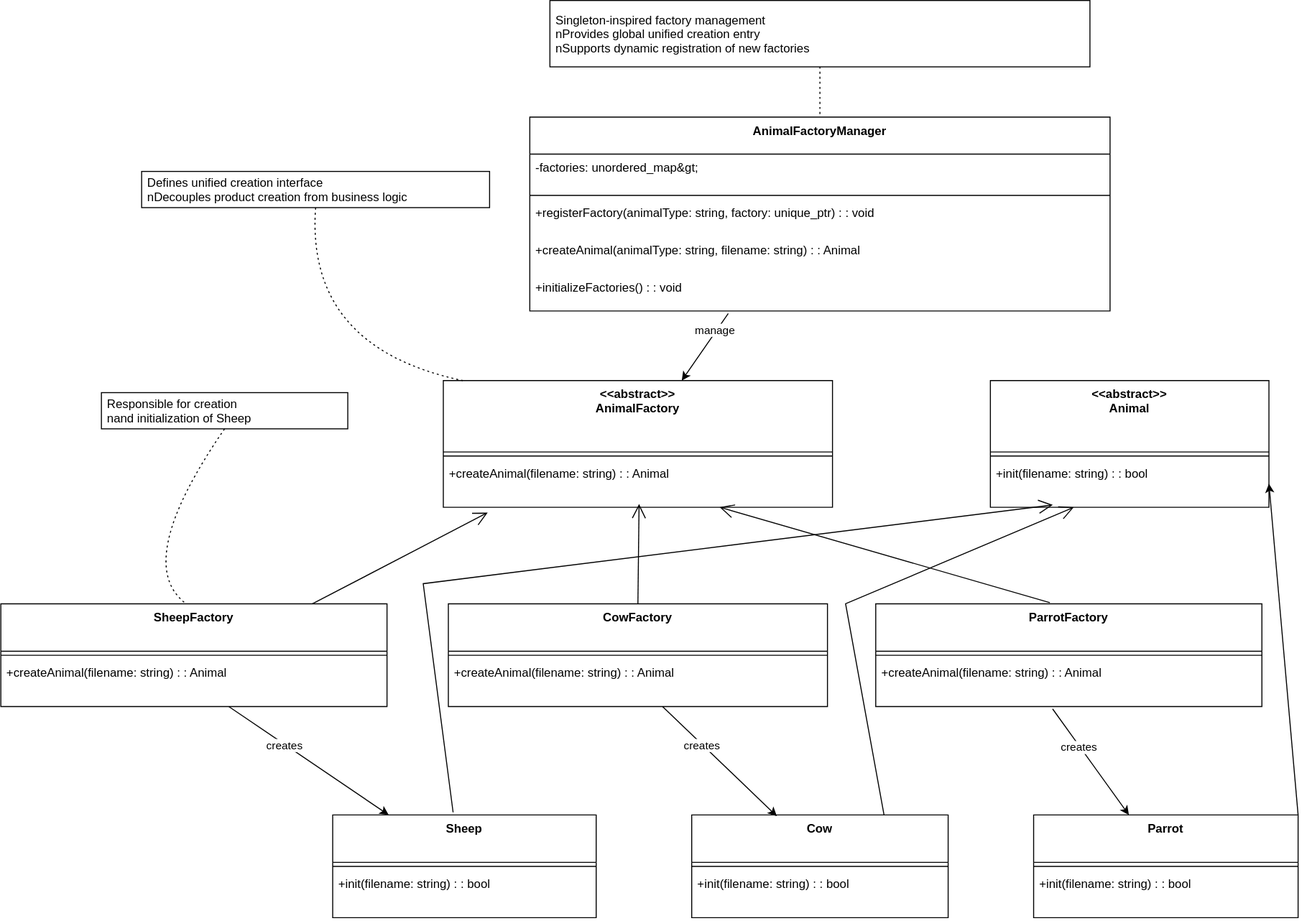
The draw.io diagram 文档/diagram/Factory.svg in Alian-yy/Stardew_Valley_Refactored, before a commit. Source tidied: cells renumbered, new cells last; positions are measured from the earlier drawing's top-left corner, leaving out a move shared by most shapes.
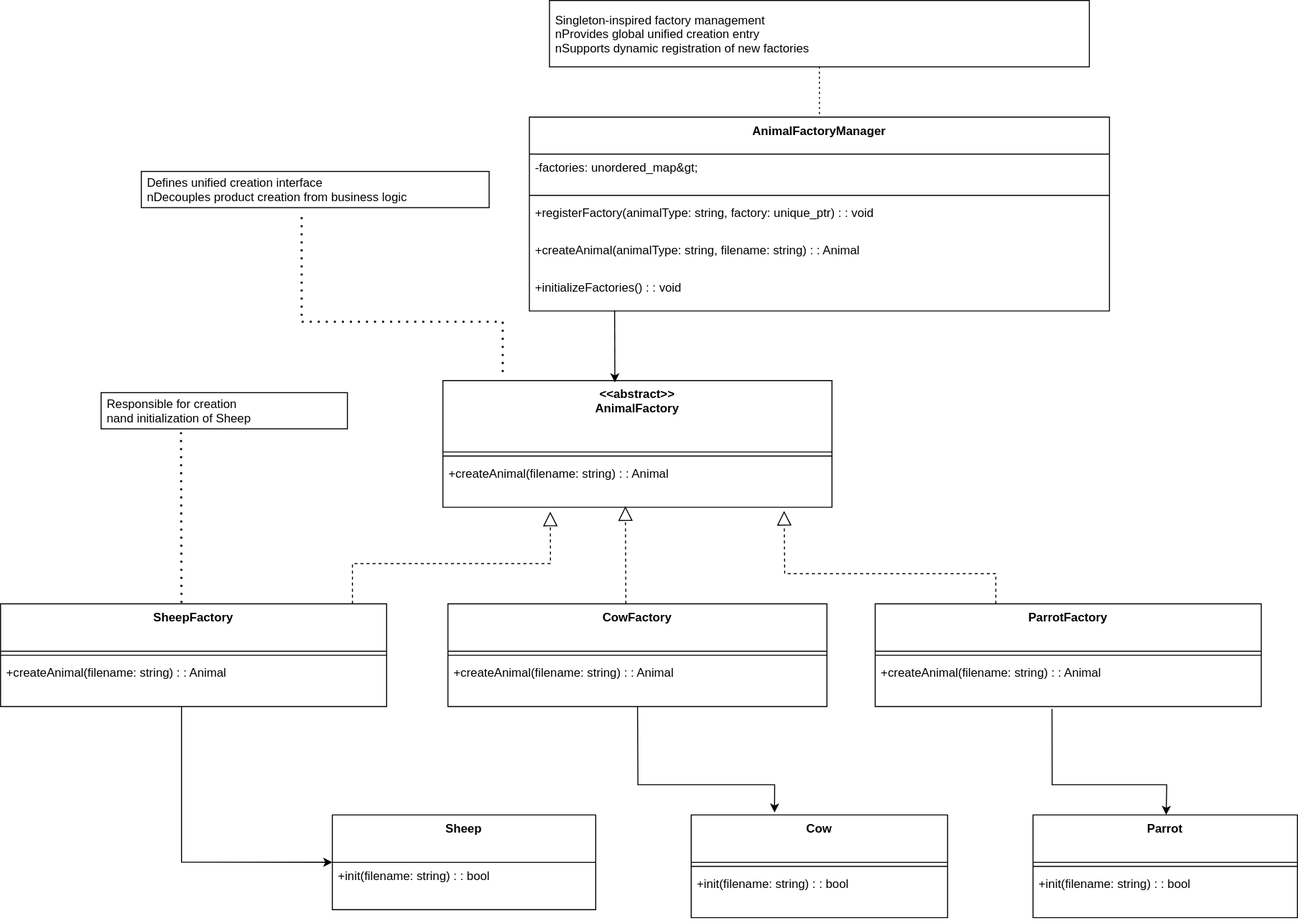
After the change.

What changed in the source:
```diff
@@ -2,23 +2,11 @@
   <root>
     <mxCell id="0" />
     <mxCell id="1" parent="0" />
-    <mxCell id="2" value="&lt;&lt;abstract&gt;&gt;&#10;Animal" style="swimlane;fontStyle=1;align=center;verticalAlign=top;horizontal=1;startSize=71;" parent="1" vertex="1">
-      <mxGeometry x="984" y="378" width="277" height="126" as="geometry" />
-    </mxCell>
-    <mxCell id="3" style="line;strokeWidth=1;fillColor=none;align=left;verticalAlign=middle;spacingTop=-1;spacingLeft=3;spacingRight=3;labelPosition=right;strokeColor=inherit;" parent="2" vertex="1">
-      <mxGeometry y="71" width="277" height="8" as="geometry" />
-    </mxCell>
-    <mxCell id="4" value="+init(filename: string) : : bool" style="text;strokeColor=none;fillColor=none;align=left;verticalAlign=top;spacingLeft=4;spacingRight=4;overflow=hidden;points=[[0,0.5],[1,0.5]];portConstraint=eastwest;" parent="2" vertex="1">
-      <mxGeometry y="79" width="277" height="47" as="geometry" />
-    </mxCell>
     <mxCell id="5" value="Sheep" style="swimlane;fontStyle=1;align=center;verticalAlign=top;horizontal=1;startSize=47.2;" parent="1" vertex="1">
-      <mxGeometry x="330" y="810" width="262" height="102.2" as="geometry" />
+      <mxGeometry x="330" y="810" width="262" height="94.2" as="geometry" />
     </mxCell>
-    <mxCell id="6" style="line;strokeWidth=1;fillColor=none;align=left;verticalAlign=middle;spacingTop=-1;spacingLeft=3;spacingRight=3;labelPosition=right;strokeColor=inherit;" parent="5" vertex="1">
-      <mxGeometry y="47.2" width="262" height="8" as="geometry" />
-    </mxCell>
     <mxCell id="7" value="+init(filename: string) : : bool" style="text;strokeColor=none;fillColor=none;align=left;verticalAlign=top;spacingLeft=4;spacingRight=4;overflow=hidden;" parent="5" vertex="1">
-      <mxGeometry y="55.2" width="262" height="47" as="geometry" />
+      <mxGeometry y="47.2" width="262" height="47" as="geometry" />
     </mxCell>
     <mxCell id="8" value="Cow" style="swimlane;fontStyle=1;align=center;verticalAlign=top;horizontal=1;startSize=47.2;" parent="1" vertex="1">
       <mxGeometry x="687" y="810" width="255" height="102.2" as="geometry" />
@@ -101,72 +89,78 @@
     <mxCell id="34" value="Singleton-inspired factory management&#10;nProvides global unified creation entry&#10;nSupports dynamic registration of new factories" style="align=left;spacingLeft=4;" parent="1" vertex="1">
       <mxGeometry x="546" width="537" height="66" as="geometry" />
     </mxCell>
-    <mxCell id="35" style="curved=1;dashed=1;dashPattern=2 3;startArrow=none;endArrow=none;exitX=0.5;exitY=1;entryX=0.05;entryY=0;rounded=0;" parent="1" edge="1" source="32" target="14">
-      <mxGeometry relative="1" as="geometry">
-        <Array as="points">
-          <mxPoint x="303" y="345" />
-        </Array>
-      </mxGeometry>
-    </mxCell>
-    <mxCell id="36" style="curved=1;dashed=1;dashPattern=2 3;startArrow=none;endArrow=none;exitX=0.5;exitY=1;entryX=0.48;entryY=0;rounded=0;" parent="1" edge="1" source="33" target="17">
-      <mxGeometry relative="1" as="geometry">
-        <Array as="points">
-          <mxPoint x="130" y="560" />
-        </Array>
-      </mxGeometry>
-    </mxCell>
     <mxCell id="37" style="curved=1;dashed=1;dashPattern=2 3;startArrow=none;endArrow=none;exitX=0.5;exitY=1;entryX=0.5;entryY=0;rounded=0;" parent="1" edge="1" source="34" target="26">
       <mxGeometry relative="1" as="geometry" />
     </mxCell>
-    <mxCell id="38" style="endArrow=classic;html=1;rounded=0;exitX=0.342;exitY=1.066;exitDx=0;exitDy=0;exitPerimeter=0;" parent="1" edge="1" source="31" target="14">
-      <mxGeometry relative="1" as="geometry" />
+    <mxCell id="38" style="endArrow=classic;html=1;rounded=0;exitX=0.147;exitY=0.987;exitDx=0;exitDy=0;exitPerimeter=0;" parent="1" edge="1" source="31">
+      <mxGeometry relative="1" as="geometry">
+        <mxPoint x="611.1" y="379.8" as="targetPoint" />
+      </mxGeometry>
     </mxCell>
-    <mxCell id="39" value="manage" style="edgeLabel;html=1;align=center;verticalAlign=middle;" parent="38" vertex="1">
-      <mxGeometry x="-0.46" y="-2" relative="1" as="geometry" />
-    </mxCell>
-    <mxCell id="40" style="endArrow=open;endFill=1;endSize=12;html=1;rounded=0;exitX=0.5;exitY=0;exitDx=0;exitDy=0;entryX=0.503;entryY=0.931;entryDx=0;entryDy=0;entryPerimeter=0;" parent="1" edge="1" source="20" target="16">
-      <mxGeometry relative="1" as="geometry" />
-    </mxCell>
-    <mxCell id="41" style="endArrow=open;endFill=1;endSize=12;html=1;rounded=0;exitX=0.807;exitY=0;exitDx=0;exitDy=0;entryX=0.114;entryY=1.113;entryDx=0;entryDy=0;entryPerimeter=0;exitPerimeter=0;" parent="1" edge="1" source="17" target="16">
-      <mxGeometry relative="1" as="geometry" />
-    </mxCell>
-    <mxCell id="42" style="endArrow=open;endFill=1;endSize=12;html=1;rounded=0;exitX=0.451;exitY=-0.011;exitDx=0;exitDy=0;exitPerimeter=0;" parent="1" edge="1" source="23" target="16">
-      <mxGeometry relative="1" as="geometry" />
-    </mxCell>
-    <mxCell id="43" style="endArrow=open;endFill=1;endSize=12;html=1;rounded=0;exitX=0.457;exitY=-0.025;exitDx=0;exitDy=0;entryX=0.224;entryY=0.951;entryDx=0;entryDy=0;entryPerimeter=0;exitPerimeter=0;" parent="1" edge="1" source="5" target="4">
-      <mxGeometry relative="1" as="geometry">
-        <Array as="points">
-          <mxPoint x="420" y="580" />
-        </Array>
-      </mxGeometry>
-    </mxCell>
-    <mxCell id="44" style="endArrow=open;endFill=1;endSize=12;html=1;rounded=0;exitX=0.75;exitY=0;exitDx=0;exitDy=0;" parent="1" edge="1" source="8" target="4">
-      <mxGeometry relative="1" as="geometry">
-        <Array as="points">
-          <mxPoint x="840" y="600" />
-        </Array>
-      </mxGeometry>
-    </mxCell>
-    <mxCell id="45" style="endArrow=classic;html=1;rounded=0;fontStyle=1;" parent="1" edge="1" source="19" target="5">
-      <mxGeometry relative="1" as="geometry" />
+    <mxCell id="45" style="endArrow=classic;html=1;rounded=0;fontStyle=1;entryX=0;entryY=0.5;entryDx=0;entryDy=0;" parent="1" edge="1" target="5">
+      <mxGeometry relative="1" as="geometry">
+        <mxPoint x="180" y="702.2" as="sourcePoint" />
+        <Array as="points">
+          <mxPoint x="180" y="857" />
+        </Array>
+      </mxGeometry>
     </mxCell>
-    <mxCell id="46" value="creates" style="edgeLabel;html=1;align=center;verticalAlign=middle;" parent="45" vertex="1">
-      <mxGeometry x="-0.3" y="-1" relative="1" as="geometry" />
-    </mxCell>
-    <mxCell id="47" style="endArrow=classic;html=1;rounded=0;entryX=0.332;entryY=0.012;entryDx=0;entryDy=0;entryPerimeter=0;" parent="1" edge="1" source="22" target="8">
-      <mxGeometry relative="1" as="geometry" />
+    <mxCell id="47" style="endArrow=classic;html=1;rounded=0;entryX=0.325;entryY=-0.023;entryDx=0;entryDy=0;entryPerimeter=0;" parent="1" edge="1" source="22" target="8">
+      <mxGeometry relative="1" as="geometry">
+        <Array as="points">
+          <mxPoint x="634" y="780" />
+          <mxPoint x="770" y="780" />
+        </Array>
+      </mxGeometry>
     </mxCell>
-    <mxCell id="48" value="creates" style="edgeLabel;html=1;align=center;verticalAlign=middle;" parent="47" vertex="1">
-      <mxGeometry x="-0.3" y="-1" relative="1" as="geometry" />
-    </mxCell>
     <mxCell id="49" style="endArrow=classic;html=1;rounded=0;exitX=0.458;exitY=1.05;exitDx=0;exitDy=0;exitPerimeter=0;" parent="1" edge="1" source="25" target="11">
-      <mxGeometry relative="1" as="geometry" />
+      <mxGeometry relative="1" as="geometry">
+        <Array as="points">
+          <mxPoint x="1046" y="780" />
+          <mxPoint x="1160" y="780" />
+        </Array>
+      </mxGeometry>
     </mxCell>
-    <mxCell id="50" value="creates" style="edgeLabel;html=1;align=center;verticalAlign=middle;" parent="49" vertex="1">
-      <mxGeometry x="-0.3" y="-1" relative="1" as="geometry" />
-    </mxCell>
-    <mxCell id="51" style="endArrow=classic;html=1;rounded=0;exitX=1;exitY=0;exitDx=0;exitDy=0;entryX=1;entryY=0.5;entryDx=0;entryDy=0;" parent="1" edge="1" source="11" target="4">
-      <mxGeometry relative="1" as="geometry" />
-    </mxCell>
+    <mxCell id="52" style="endArrow=block;dashed=1;endFill=0;endSize=12;html=1;rounded=0;entryX=0.276;entryY=1.092;entryDx=0;entryDy=0;entryPerimeter=0;" parent="1" edge="1" target="16">
+      <mxGeometry relative="1" as="geometry">
+        <mxPoint x="350" y="600" as="sourcePoint" />
+        <Array as="points">
+          <mxPoint x="350" y="560" />
+          <mxPoint x="400" y="560" />
+          <mxPoint x="450" y="560" />
+          <mxPoint x="547" y="560" />
+        </Array>
+      </mxGeometry>
+    </mxCell>
+    <mxCell id="53" style="endArrow=block;dashed=1;endFill=0;endSize=12;html=1;rounded=0;entryX=0.469;entryY=0.979;entryDx=0;entryDy=0;entryPerimeter=0;" parent="1" edge="1" target="16">
+      <mxGeometry relative="1" as="geometry">
+        <mxPoint x="622" y="600" as="sourcePoint" />
+      </mxGeometry>
+    </mxCell>
+    <mxCell id="54" style="endArrow=block;dashed=1;endFill=0;endSize=12;html=1;rounded=0;entryX=0.877;entryY=1.078;entryDx=0;entryDy=0;entryPerimeter=0;" parent="1" edge="1" target="16">
+      <mxGeometry relative="1" as="geometry">
+        <mxPoint x="990" y="600" as="sourcePoint" />
+        <Array as="points">
+          <mxPoint x="990" y="570" />
+          <mxPoint x="890" y="570" />
+          <mxPoint x="780" y="570" />
+        </Array>
+      </mxGeometry>
+    </mxCell>
+    <mxCell id="55" style="endArrow=none;dashed=1;html=1;dashPattern=1 3;strokeWidth=2;rounded=0;exitX=0.47;exitY=-0.003;exitDx=0;exitDy=0;exitPerimeter=0;" parent="1" edge="1" source="17">
+      <mxGeometry relative="1" as="geometry">
+        <mxPoint x="180" y="430" as="targetPoint" />
+      </mxGeometry>
+    </mxCell>
+    <mxCell id="56" style="endArrow=none;dashed=1;html=1;dashPattern=1 3;strokeWidth=2;rounded=0;" parent="1" edge="1">
+      <mxGeometry relative="1" as="geometry">
+        <mxPoint x="500" y="370" as="sourcePoint" />
+        <mxPoint x="300" y="210" as="targetPoint" />
+        <Array as="points">
+          <mxPoint x="500" y="320" />
+          <mxPoint x="300" y="320" />
+        </Array>
+      </mxGeometry>
+    </mxCell>
   </root>
 </mxGraphModel>
```
